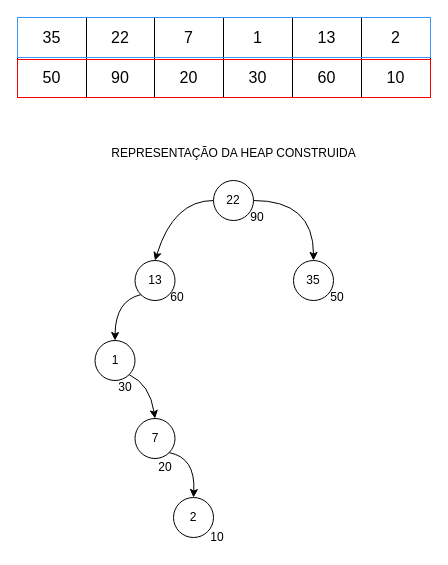
Above: seminario_2.drawio in MatheusCJesus/aaed (draw.io), before the change. Source tidied: cells renumbered, new cells numbered last; positions are measured from the earlier drawing's top-left corner, leaving out a move shared by most shapes. Both pictures are drawn from the tidied source at 100%, with x=0, y=0 at pixel (17, 17).
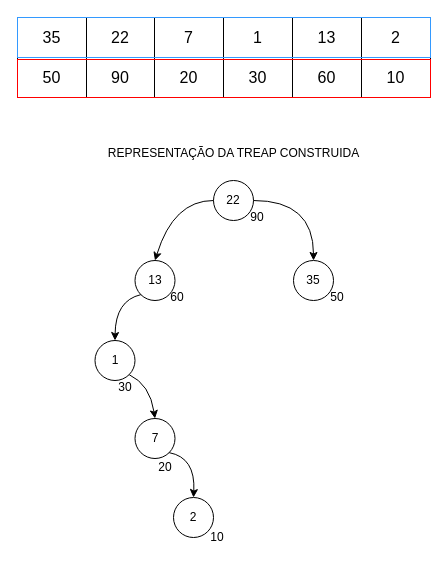
After the change.

Diff of the diagram source:
```diff
@@
-    <mxCell id="24" value="REPRESENTAÇÃO DA HEAP CONSTRUIDA" style="text;html=1;align=center;verticalAlign=middle;strokeColor=none;fillColor=none;" parent="1" vertex="1">
+    <mxCell id="24" value="REPRESENTAÇÃO DA TREAP CONSTRUIDA" style="text;html=1;align=center;verticalAlign=middle;strokeColor=none;fillColor=none;" parent="1" vertex="1">
       <mxGeometry x="81" y="121" width="270" height="30" as="geometry" />
     </mxCell>
```
